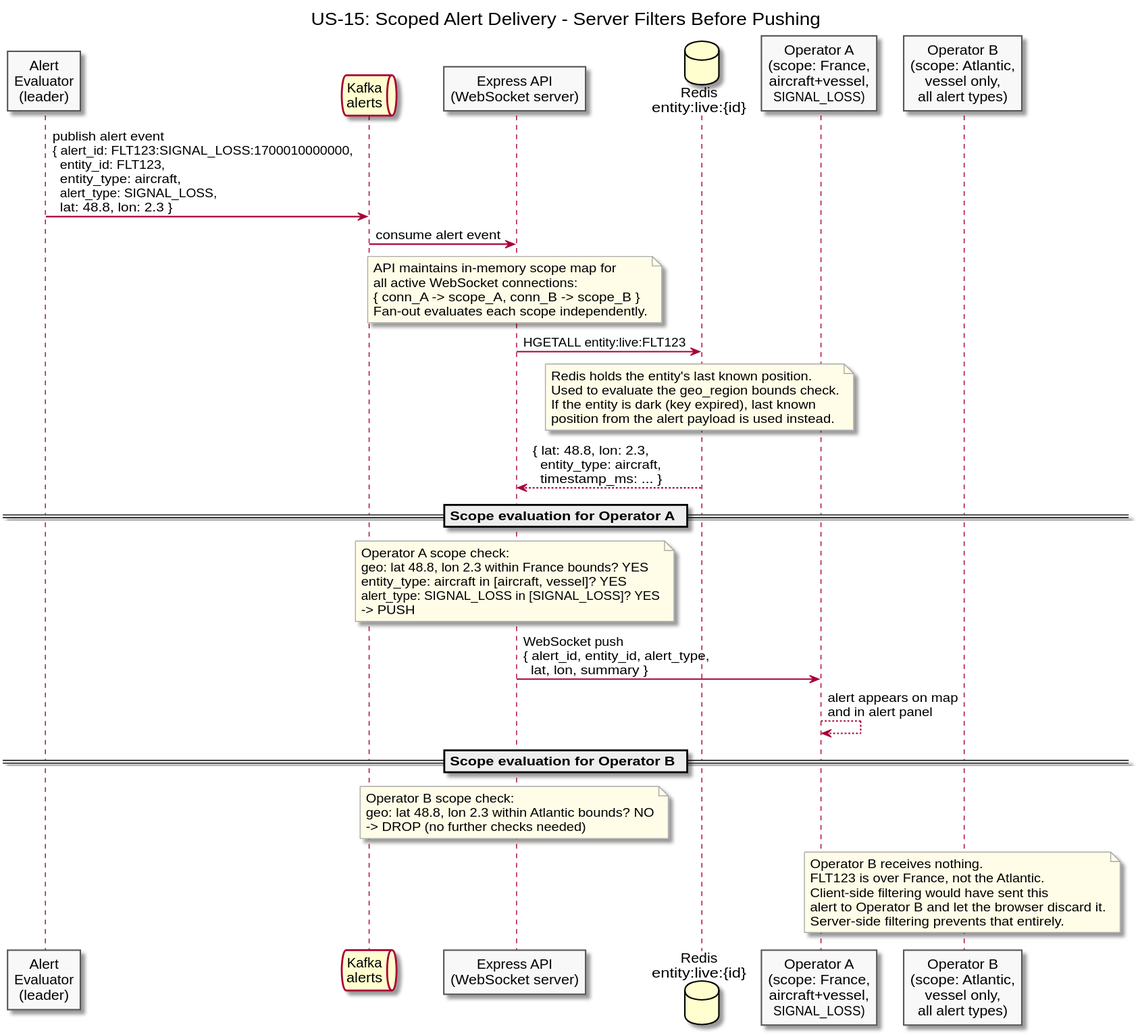
Buffden/sentinel keeps this PlantUML diagram as diagrams/docs/use-cases/US-15-scoped-alert-subscription/scoped-alert-delivery.svg. Above is the earlier version. Its diagram source:
```plantuml
@startuml scoped-alert-delivery
title US-15: Scoped Alert Delivery - Server Filters Before Pushing

skinparam sequenceArrowThickness 1.5
skinparam participantBorderColor #555555
skinparam participantBackgroundColor #F8F8F8
skinparam noteBorderColor #AAAAAA
skinparam noteBackgroundColor #FFFDE7

participant "Alert\nEvaluator\n(leader)" as Evaluator
queue "Kafka\nalerts" as Kafka
participant "Express API\n(WebSocket server)" as API
database "Redis\nentity:live:{id}" as Redis
participant "Operator A\n(scope: France,\naircraft+vessel,\nSIGNAL_LOSS)" as OpA
participant "Operator B\n(scope: Atlantic,\nvessel only,\nall alert types)" as OpB

Evaluator -> Kafka : publish alert event\n{ alert_id: FLT123:SIGNAL_LOSS:1700010000000,\n  entity_id: FLT123,\n  entity_type: aircraft,\n  alert_type: SIGNAL_LOSS,\n  lat: 48.8, lon: 2.3 }

Kafka -> API : consume alert event

note over API
  API maintains in-memory scope map for
  all active WebSocket connections:
  { conn_A -> scope_A, conn_B -> scope_B }
  Fan-out evaluates each scope independently.
end note

API -> Redis : HGETALL entity:live:FLT123

note over Redis
  Redis holds the entity's last known position.
  Used to evaluate the geo_region bounds check.
  If the entity is dark (key expired), last known
  position from the alert payload is used instead.
end note

Redis --> API : { lat: 48.8, lon: 2.3,\n  entity_type: aircraft,\n  timestamp_ms: ... }

== Scope evaluation for Operator A ==

note over API
  Operator A scope check:
  geo: lat 48.8, lon 2.3 within France bounds? YES
  entity_type: aircraft in [aircraft, vessel]? YES
  alert_type: SIGNAL_LOSS in [SIGNAL_LOSS]? YES
  -> PUSH
end note

API -> OpA : WebSocket push\n{ alert_id, entity_id, alert_type,\n  lat, lon, summary }

OpA --> OpA : alert appears on map\nand in alert panel

== Scope evaluation for Operator B ==

note over API
  Operator B scope check:
  geo: lat 48.8, lon 2.3 within Atlantic bounds? NO
  -> DROP (no further checks needed)
end note

note over OpB
  Operator B receives nothing.
  FLT123 is over France, not the Atlantic.
  Client-side filtering would have sent this
  alert to Operator B and let the browser discard it.
  Server-side filtering prevents that entirely.
end note

@enduml
```
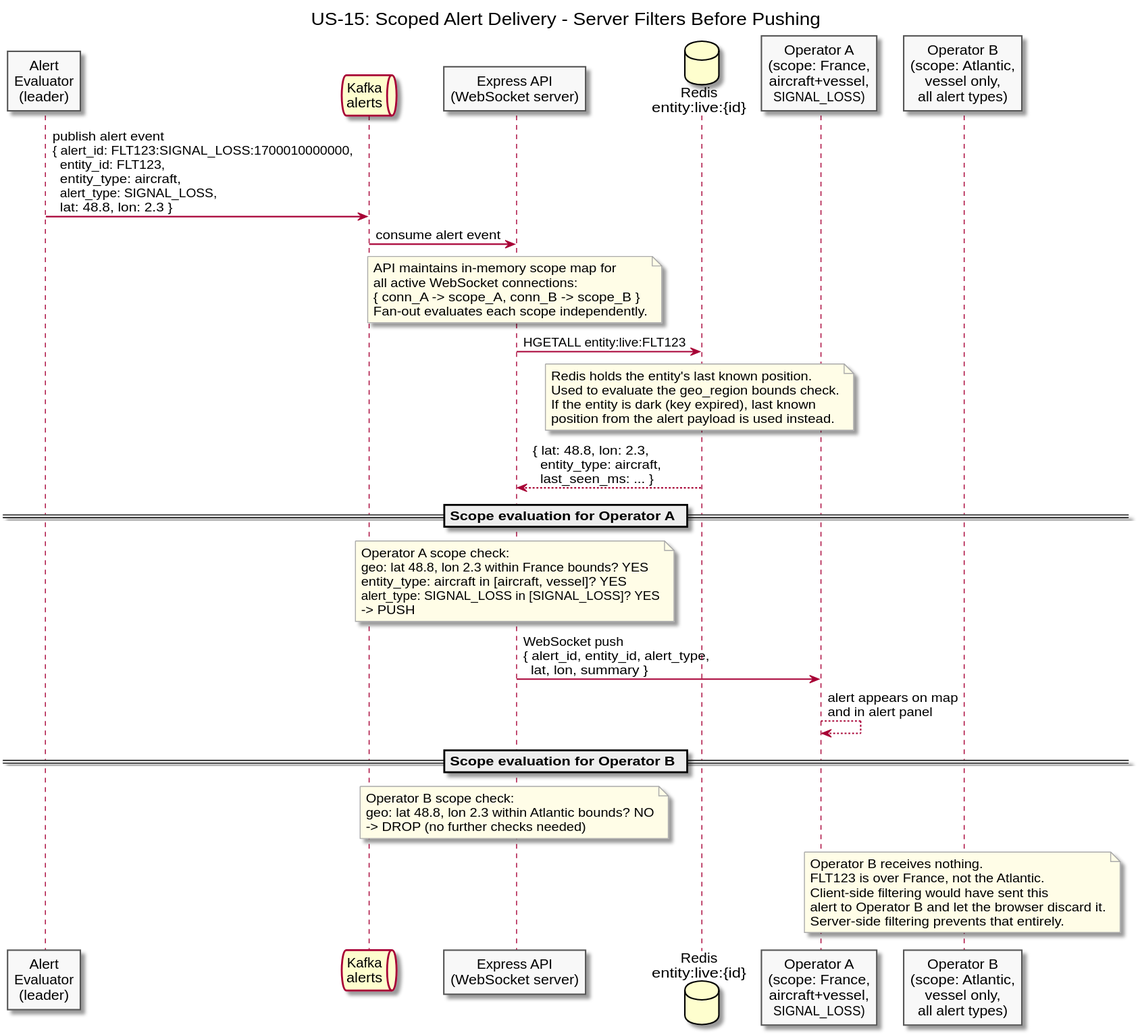
The same diagram one commit later.

What changed in the source:
```diff
@@ -34,7 +34,7 @@
   position from the alert payload is used instead.
 end note
 
-Redis --> API : { lat: 48.8, lon: 2.3,\n  entity_type: aircraft,\n  timestamp_ms: ... }
+Redis --> API : { lat: 48.8, lon: 2.3,\n  entity_type: aircraft,\n  last_seen_ms: ... }
 
 == Scope evaluation for Operator A ==
 
```
